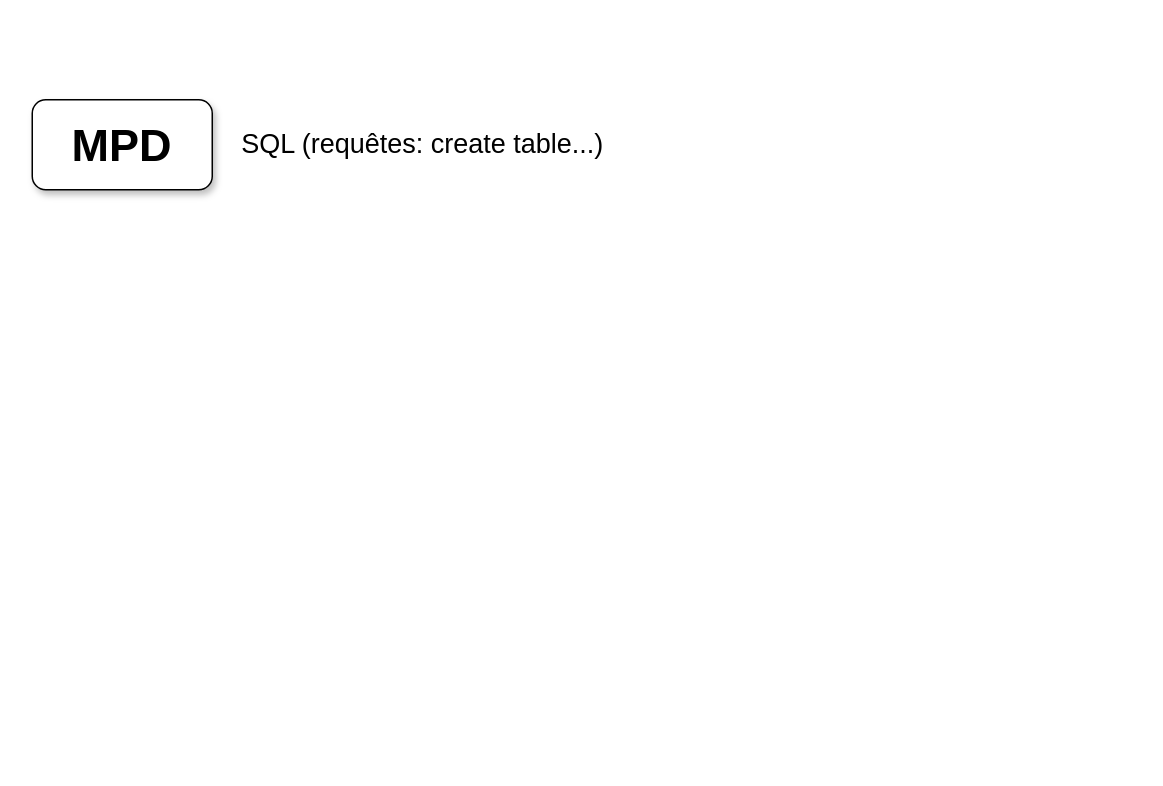
Earlier version of the draw.io diagram page "MPD" (3 of 3) of MCD.drawio (SabrinaMouginot/Merise). Source tidied: cells renumbered, new cells numbered last; positions are measured from the earlier drawing's top-left corner, leaving out a move shared by most shapes. Both pictures are drawn from the tidied source at 150%, with x=0, y=0 at pixel (32, 99).
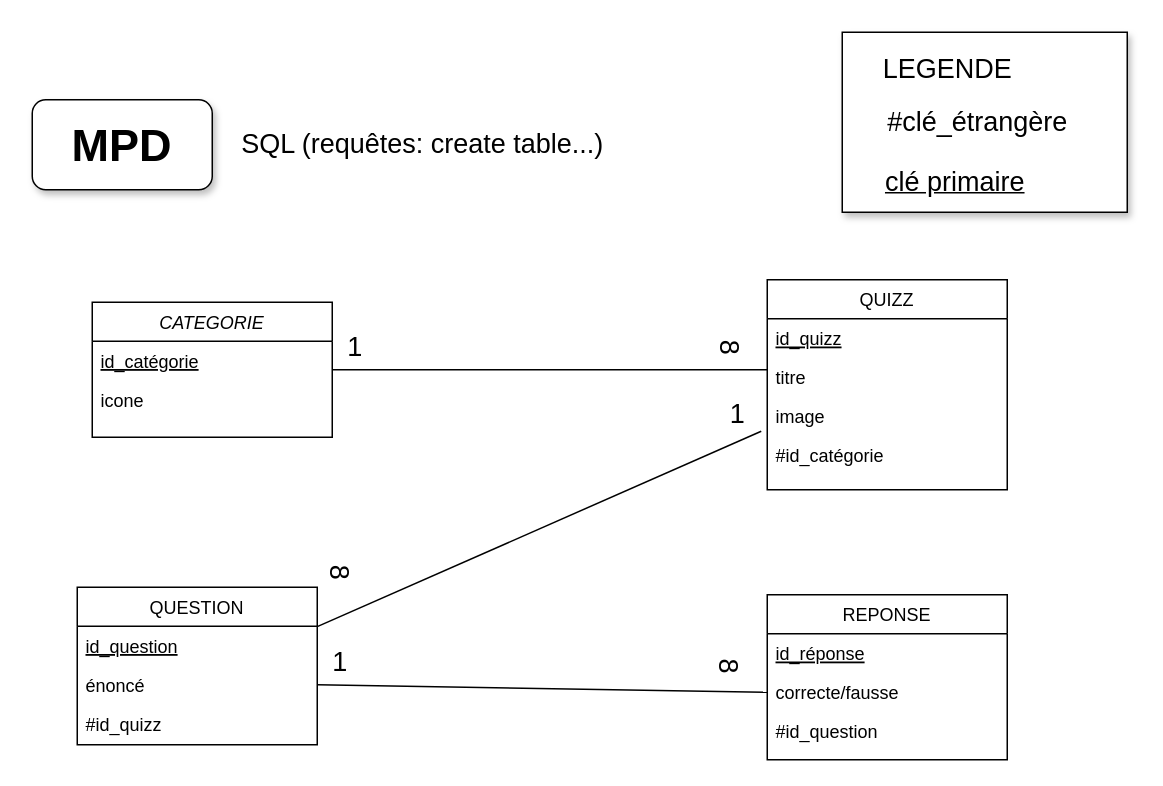
The same diagram, later.

Diff of the diagram source:
```diff
@@
+    <mxCell id="4" style="whiteSpace=wrap;html=1;shadow=1;fontSize=18;" parent="1" vertex="1">
+      <mxGeometry x="540" y="-45" width="190" height="120" as="geometry" />
+    </mxCell>
@@
+    <mxCell id="5" value="CATEGORIE" style="swimlane;fontStyle=2;align=center;verticalAlign=top;horizontal=1;startSize=26;rounded=0;shadow=0;strokeWidth=1;" parent="1" vertex="1">
+      <mxGeometry x="40" y="135" width="160" height="90" as="geometry" />
+    </mxCell>
+    <mxCell id="6" value="id_catégorie" style="text;align=left;verticalAlign=top;spacingLeft=4;spacingRight=4;overflow=hidden;fontStyle=4;" parent="5" vertex="1">
+      <mxGeometry y="26" width="160" height="26" as="geometry" />
+    </mxCell>
+    <mxCell id="7" value="icone" style="text;align=left;verticalAlign=top;spacingLeft=4;spacingRight=4;overflow=hidden;rounded=0;shadow=0;html=0;" parent="5" vertex="1">
+      <mxGeometry y="52" width="160" height="26" as="geometry" />
+    </mxCell>
+    <mxCell id="8" value="QUESTION" style="swimlane;fontStyle=0;align=center;verticalAlign=top;horizontal=1;startSize=26;rounded=0;shadow=0;strokeWidth=1;" parent="1" vertex="1">
+      <mxGeometry x="30" y="325" width="160" height="105" as="geometry" />
+    </mxCell>
+    <mxCell id="9" value="id_question" style="text;align=left;verticalAlign=top;spacingLeft=4;spacingRight=4;overflow=hidden;fontStyle=4;" parent="8" vertex="1">
+      <mxGeometry y="26" width="160" height="26" as="geometry" />
+    </mxCell>
+    <mxCell id="10" value="énoncé" style="text;align=left;verticalAlign=top;spacingLeft=4;spacingRight=4;overflow=hidden;points=[[0,0.5],[1,0.5]];portConstraint=eastwest;rounded=0;shadow=0;html=0;" parent="8" vertex="1">
+      <mxGeometry y="52" width="160" height="26" as="geometry" />
+    </mxCell>
+    <mxCell id="11" value="#id_quizz" style="text;align=left;verticalAlign=top;spacingLeft=4;spacingRight=4;overflow=hidden;fontStyle=0;" parent="8" vertex="1">
+      <mxGeometry y="78" width="160" height="26" as="geometry" />
+    </mxCell>
+    <mxCell id="12" value="REPONSE" style="swimlane;fontStyle=0;align=center;verticalAlign=top;horizontal=1;startSize=26;rounded=0;shadow=0;strokeWidth=1;" parent="1" vertex="1">
+      <mxGeometry x="490" y="330" width="160" height="110" as="geometry" />
+    </mxCell>
+    <mxCell id="13" value="id_réponse" style="text;align=left;verticalAlign=top;spacingLeft=4;spacingRight=4;overflow=hidden;fontStyle=4;" parent="12" vertex="1">
+      <mxGeometry y="26" width="160" height="26" as="geometry" />
+    </mxCell>
+    <mxCell id="14" value="correcte/fausse" style="text;align=left;verticalAlign=top;spacingLeft=4;spacingRight=4;overflow=hidden;points=[[0,0.5],[1,0.5]];portConstraint=eastwest;rounded=0;shadow=0;html=0;" parent="12" vertex="1">
+      <mxGeometry y="52" width="160" height="26" as="geometry" />
+    </mxCell>
+    <mxCell id="15" value="#id_question" style="text;align=left;verticalAlign=top;spacingLeft=4;spacingRight=4;overflow=hidden;fontStyle=0;" parent="12" vertex="1">
+      <mxGeometry y="78" width="160" height="26" as="geometry" />
+    </mxCell>
+    <mxCell id="16" value="QUIZZ" style="swimlane;fontStyle=0;align=center;verticalAlign=top;horizontal=1;startSize=26;rounded=0;shadow=0;strokeWidth=1;" parent="1" vertex="1">
+      <mxGeometry x="490" y="120" width="160" height="140" as="geometry" />
+    </mxCell>
+    <mxCell id="17" value="id_quizz" style="text;align=left;verticalAlign=top;spacingLeft=4;spacingRight=4;overflow=hidden;fontStyle=4;" parent="16" vertex="1">
+      <mxGeometry y="26" width="160" height="26" as="geometry" />
+    </mxCell>
+    <mxCell id="18" value="titre" style="text;align=left;verticalAlign=top;spacingLeft=4;spacingRight=4;overflow=hidden;rounded=0;shadow=0;html=0;" parent="16" vertex="1">
+      <mxGeometry y="52" width="160" height="26" as="geometry" />
+    </mxCell>
+    <mxCell id="19" value="image" style="text;align=left;verticalAlign=top;spacingLeft=4;spacingRight=4;overflow=hidden;points=[[0,0.5],[1,0.5]];portConstraint=eastwest;rounded=0;shadow=0;html=0;" parent="16" vertex="1">
+      <mxGeometry y="78" width="160" height="26" as="geometry" />
+    </mxCell>
+    <mxCell id="20" value="#id_catégorie" style="text;align=left;verticalAlign=top;spacingLeft=4;spacingRight=4;overflow=hidden;fontStyle=0;" parent="16" vertex="1">
+      <mxGeometry y="104" width="160" height="26" as="geometry" />
+    </mxCell>
+    <mxCell id="21" style="align=left;verticalAlign=bottom;labelBackgroundColor=none;fontSize=12;" parent="1" vertex="1">
+      <mxGeometry x="430" y="200" as="geometry">
+        <mxPoint x="-230" y="189" as="offset" />
+      </mxGeometry>
+    </mxCell>
+    <mxCell id="22" style="align=right;verticalAlign=bottom;labelBackgroundColor=none;fontSize=12;" parent="1" vertex="1">
+      <mxGeometry x="470" y="390" as="geometry" />
+    </mxCell>
+    <mxCell id="23" style="align=right;verticalAlign=bottom;labelBackgroundColor=none;fontSize=12;" parent="1" vertex="1">
+      <mxGeometry x="220" y="325" as="geometry" />
+    </mxCell>
+    <mxCell id="24" style="align=right;verticalAlign=bottom;labelBackgroundColor=none;fontSize=12;" parent="1" vertex="1">
+      <mxGeometry x="480" y="180" as="geometry" />
+    </mxCell>
+    <mxCell id="25" style="align=right;verticalAlign=bottom;labelBackgroundColor=none;fontSize=12;" parent="1" vertex="1">
+      <mxGeometry x="500" y="200" as="geometry">
+        <mxPoint x="-32" y="28" as="offset" />
+      </mxGeometry>
+    </mxCell>
+    <mxCell id="26" style="endArrow=none;html=1;rounded=0;fontSize=18;" parent="1" edge="1">
+      <mxGeometry relative="1" as="geometry">
+        <mxPoint x="200" y="180" as="sourcePoint" />
+        <mxPoint x="490" y="180" as="targetPoint" />
+      </mxGeometry>
+    </mxCell>
+    <mxCell id="27" style="endArrow=none;html=1;rounded=0;fontSize=18;exitX=1;exitY=0.25;exitDx=0;exitDy=0;entryX=-0.025;entryY=0.885;entryDx=0;entryDy=0;entryPerimeter=0;" parent="1" edge="1" source="8" target="19">
+      <mxGeometry relative="1" as="geometry" />
+    </mxCell>
+    <mxCell id="28" style="endArrow=none;html=1;rounded=0;fontSize=18;exitX=1;exitY=0.5;exitDx=0;exitDy=0;entryX=0;entryY=0.5;entryDx=0;entryDy=0;" parent="1" edge="1" source="10" target="14">
+      <mxGeometry relative="1" as="geometry" />
+    </mxCell>
+    <mxCell id="29" value="1" style="text;html=1;align=center;verticalAlign=middle;strokeColor=none;fillColor=none;fontSize=18;" parent="1" vertex="1">
+      <mxGeometry x="200" y="150" width="30" height="30" as="geometry" />
+    </mxCell>
+    <mxCell id="30" value="8" style="text;html=1;align=center;verticalAlign=middle;strokeColor=none;fillColor=none;fontSize=18;rotation=90;" parent="1" vertex="1">
+      <mxGeometry x="450" y="150" width="30" height="30" as="geometry" />
+    </mxCell>
+    <mxCell id="31" value="8" style="text;html=1;align=center;verticalAlign=middle;strokeColor=none;fillColor=none;fontSize=18;rotation=90;" parent="1" vertex="1">
+      <mxGeometry x="190" y="300" width="30" height="30" as="geometry" />
+    </mxCell>
+    <mxCell id="32" value="8" style="text;html=1;align=center;verticalAlign=middle;strokeColor=none;fillColor=none;fontSize=18;rotation=90;" parent="1" vertex="1">
+      <mxGeometry x="450" y="362.5" width="30" height="30" as="geometry" />
+    </mxCell>
+    <mxCell id="33" value="1" style="text;html=1;align=center;verticalAlign=middle;strokeColor=none;fillColor=none;fontSize=18;" parent="1" vertex="1">
+      <mxGeometry x="455" y="195" width="30" height="30" as="geometry" />
+    </mxCell>
+    <mxCell id="34" value="1" style="text;html=1;align=center;verticalAlign=middle;strokeColor=none;fillColor=none;fontSize=18;" parent="1" vertex="1">
+      <mxGeometry x="190" y="360" width="30" height="30" as="geometry" />
+    </mxCell>
+    <mxCell id="35" value="#clé_étrangère" style="text;html=1;align=center;verticalAlign=middle;strokeColor=none;fillColor=none;fontSize=18;" parent="1" vertex="1">
+      <mxGeometry x="560" width="140" height="30" as="geometry" />
+    </mxCell>
+    <mxCell id="36" value="&lt;u&gt;clé primaire&lt;/u&gt;" style="text;html=1;align=center;verticalAlign=middle;strokeColor=none;fillColor=none;fontSize=18;" parent="1" vertex="1">
+      <mxGeometry x="560" y="40" width="110" height="30" as="geometry" />
+    </mxCell>
+    <mxCell id="37" value="LEGENDE" style="text;html=1;align=center;verticalAlign=middle;strokeColor=none;fillColor=none;fontSize=18;" parent="1" vertex="1">
+      <mxGeometry x="560" y="-35" width="100" height="30" as="geometry" />
+    </mxCell>
```
